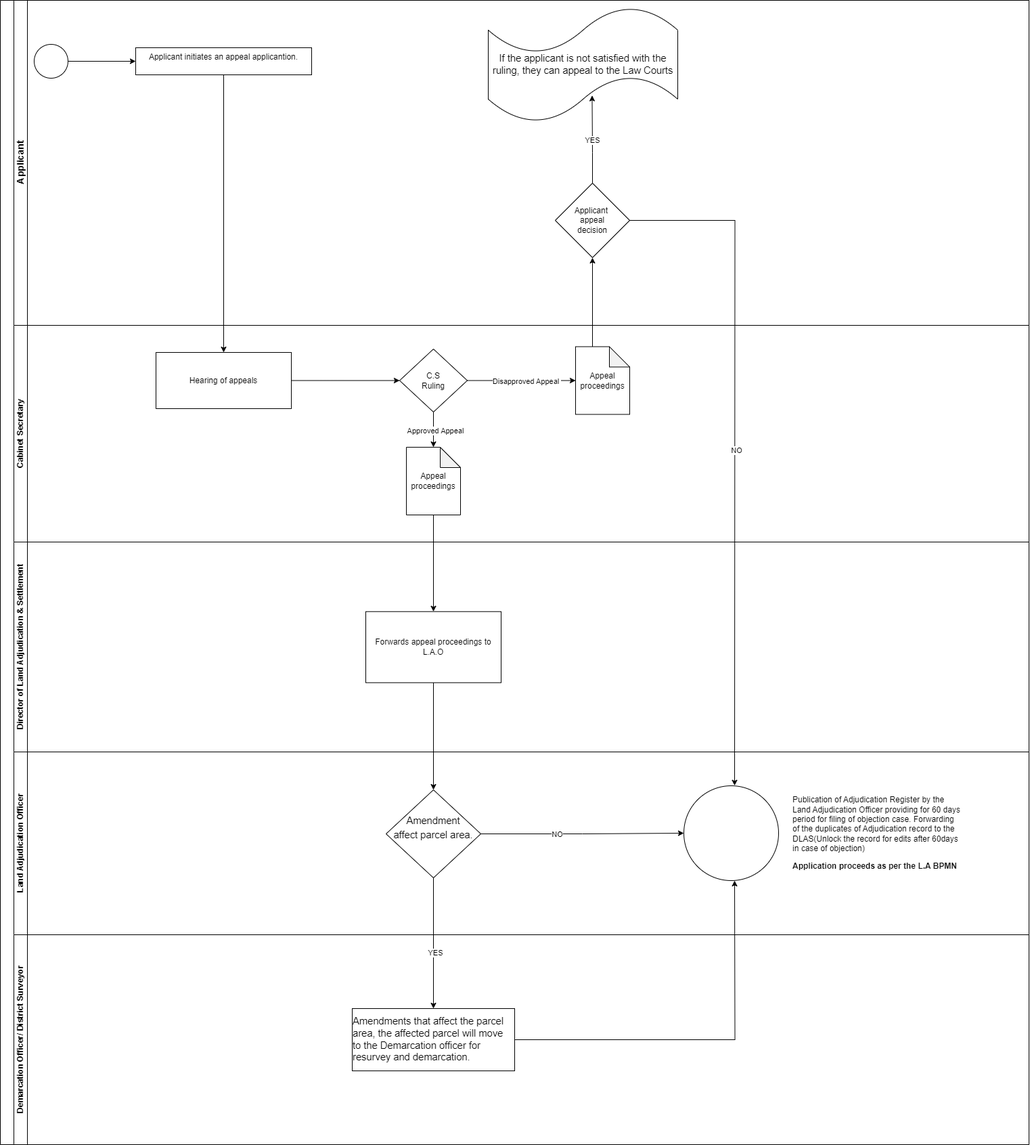
Above: Land Adjudication Appeal to the C.S.drawio.png in geoprojectke/BPMN (draw.io), before the change. Source tidied: cells renumbered, new cells last; positions are measured from the earlier drawing's top-left corner, leaving out a move shared by most shapes.
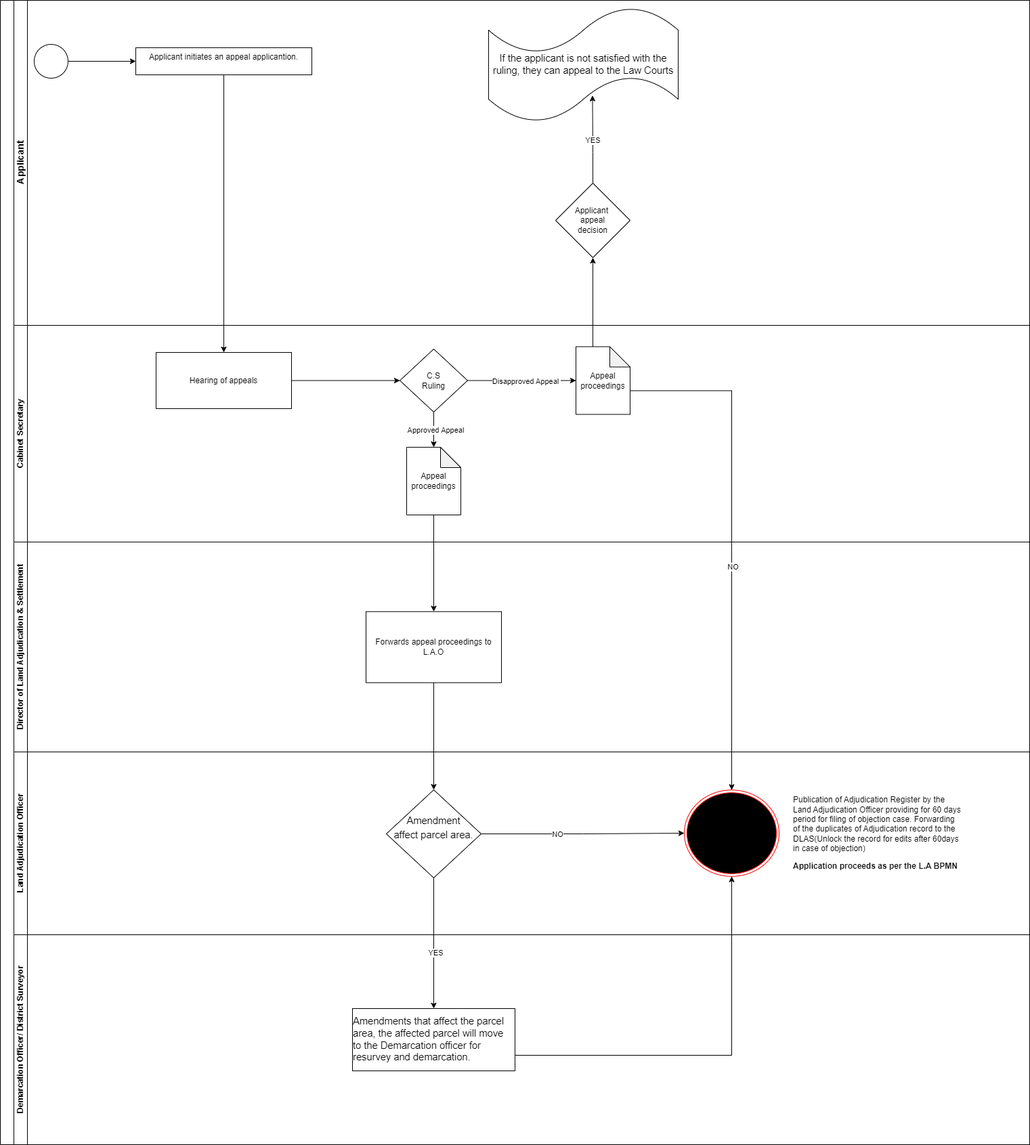
Above is the later version.

Diff of the diagram source:
```diff
@@ -76,8 +76,10 @@
     <mxCell id="25" value="Rejects" style="edgeLabel;html=1;align=center;verticalAlign=middle;" parent="24" vertex="1">
       <mxGeometry x="-0.29" y="-3" relative="1" as="geometry" />
     </mxCell>
-    <mxCell id="26" style="edgeStyle=orthogonalEdgeStyle;rounded=0;jettySize=auto;html=1;exitX=1;exitY=0.5;exitDx=0;exitDy=0;entryX=0;entryY=0.5;entryDx=0;entryDy=0;" parent="23" edge="1" source="28" target="29">
-      <mxGeometry relative="1" as="geometry" />
+    <mxCell id="26" style="edgeStyle=orthogonalEdgeStyle;rounded=0;jettySize=auto;html=1;exitX=1;exitY=0.5;exitDx=0;exitDy=0;entryX=0;entryY=0.5;entryDx=0;entryDy=0;" parent="23" edge="1" source="28">
+      <mxGeometry relative="1" as="geometry">
+        <mxPoint x="990" y="120" as="targetPoint" />
+      </mxGeometry>
     </mxCell>
     <mxCell id="27" value="NO" style="edgeLabel;html=1;align=center;verticalAlign=middle;" parent="26" vertex="1">
       <mxGeometry x="-0.26" relative="1" as="geometry" />
@@ -85,26 +87,18 @@
     <mxCell id="28" value="&lt;p style=&quot;line-height: 1.38; margin-top: 0pt; margin-bottom: 0pt;&quot; dir=&quot;ltr&quot;&gt;&lt;span style=&quot;font-size: 11pt; font-family: Arial, sans-serif; background-color: transparent; font-variant-numeric: normal; font-variant-east-asian: normal; font-variant-alternates: normal; font-variant-position: normal; vertical-align: baseline; white-space-collapse: preserve;&quot;&gt;Amendment&lt;/span&gt;&lt;/p&gt;&lt;p style=&quot;line-height: 1.38; margin-top: 0pt; margin-bottom: 0pt;&quot; dir=&quot;ltr&quot;&gt;&lt;span style=&quot;font-size: 11pt; font-family: Arial, sans-serif; background-color: transparent; font-variant-numeric: normal; font-variant-east-asian: normal; font-variant-alternates: normal; font-variant-position: normal; vertical-align: baseline; white-space-collapse: preserve;&quot;&gt;affect parcel area.&lt;/span&gt;&lt;/p&gt;&lt;div&gt;&lt;span style=&quot;font-size: 11pt; font-family: Arial, sans-serif; background-color: transparent; font-variant-numeric: normal; font-variant-east-asian: normal; font-variant-alternates: normal; font-variant-position: normal; vertical-align: baseline; white-space-collapse: preserve;&quot;&gt;&lt;br&gt;&lt;/span&gt;&lt;/div&gt;" style="rhombus;whiteSpace=wrap;html=1;" parent="23" vertex="1">
       <mxGeometry x="550" y="56" width="140" height="130" as="geometry" />
     </mxCell>
-    <mxCell id="29" style="ellipse;whiteSpace=wrap;html=1;" parent="23" vertex="1">
-      <mxGeometry x="990" y="50" width="140" height="140" as="geometry" />
-    </mxCell>
     <mxCell id="30" value="&lt;p style=&quot;text-align: left;&quot; class=&quot;MsoNormal&quot;&gt;&lt;span lang=&quot;EN-GB&quot;&gt;Publication of Adjudication Register by the Land Adjudication Officer providing for 60 days period for filing of objection case. Forwarding of the duplicates of Adjudication record to the DLAS(Unlock the record for edits after 60days in case of objection)&lt;/span&gt;&lt;/p&gt;&lt;p style=&quot;text-align: left;&quot; class=&quot;MsoNormal&quot;&gt;&lt;span lang=&quot;EN-GB&quot;&gt;&lt;b&gt;Application proceeds as per the L.A BPMN&lt;/b&gt;&lt;/span&gt;&lt;/p&gt;" style="whiteSpace=wrap;html=1;strokeColor=none;" parent="23" vertex="1">
       <mxGeometry x="1150" y="50" width="250" height="140" as="geometry" />
     </mxCell>
+    <mxCell id="42" style="ellipse;html=1;shape=endState;fillColor=#000000;strokeColor=#ff0000;" parent="23" vertex="1">
+      <mxGeometry x="990" y="56.2" width="140" height="127.5" as="geometry" />
+    </mxCell>
     <mxCell id="31" style="edgeStyle=orthogonalEdgeStyle;rounded=0;jettySize=auto;html=1;exitX=0.5;exitY=1;exitDx=0;exitDy=0;" parent="2" edge="1" source="6" target="13">
       <mxGeometry relative="1" as="geometry" />
     </mxCell>
     <mxCell id="32" style="edgeStyle=orthogonalEdgeStyle;rounded=0;jettySize=auto;html=1;exitX=0;exitY=0;exitDx=25;exitDy=0;exitPerimeter=0;entryX=0.5;entryY=1;entryDx=0;entryDy=0;" parent="2" edge="1" source="15" target="8">
       <mxGeometry relative="1" as="geometry" />
     </mxCell>
-    <mxCell id="33" style="edgeStyle=orthogonalEdgeStyle;rounded=0;jettySize=auto;html=1;exitX=1;exitY=0.5;exitDx=0;exitDy=0;entryX=0.5;entryY=0;entryDx=0;entryDy=0;" parent="2" edge="1" source="8">
-      <mxGeometry relative="1" as="geometry">
-        <mxPoint x="1085" y="1159.8" as="targetPoint" />
-      </mxGeometry>
-    </mxCell>
-    <mxCell id="34" value="NO" style="edgeLabel;html=1;align=center;verticalAlign=middle;" parent="33" vertex="1">
-      <mxGeometry y="2" relative="1" as="geometry" />
-    </mxCell>
     <mxCell id="35" value="Demarcation Officer/ District Surveyor" style="swimlane;html=1;startSize=20;horizontal=0;" parent="2" vertex="1">
       <mxGeometry x="20" y="1380" width="1500" height="310" as="geometry" />
     </mxCell>
@@ -123,10 +117,14 @@
     <mxCell id="40" value="YES" style="edgeLabel;html=1;align=center;verticalAlign=middle;" parent="39" vertex="1">
       <mxGeometry x="0.14" y="2" relative="1" as="geometry" />
     </mxCell>
-    <mxCell id="41" style="edgeStyle=orthogonalEdgeStyle;rounded=0;jettySize=auto;html=1;exitX=1;exitY=0.5;exitDx=0;exitDy=0;entryX=0.5;entryY=1;entryDx=0;entryDy=0;" parent="2" edge="1" source="36">
-      <mxGeometry relative="1" as="geometry">
-        <mxPoint x="1085" y="1300" as="targetPoint" />
-      </mxGeometry>
-    </mxCell>
+    <mxCell id="43" style="edgeStyle=orthogonalEdgeStyle;rounded=0;jettySize=auto;html=1;exitX=1;exitY=0.75;exitDx=0;exitDy=0;entryX=0.5;entryY=1;entryDx=0;entryDy=0;" parent="2" edge="1" source="36" target="42">
+      <mxGeometry relative="1" as="geometry" />
+    </mxCell>
+    <mxCell id="44" style="edgeStyle=orthogonalEdgeStyle;rounded=0;jettySize=auto;html=1;exitX=0;exitY=0;exitDx=80;exitDy=65;exitPerimeter=0;entryX=0.5;entryY=0;entryDx=0;entryDy=0;" parent="2" edge="1" source="15" target="42">
+      <mxGeometry relative="1" as="geometry" />
+    </mxCell>
+    <mxCell id="34" value="NO" style="edgeLabel;html=1;align=center;verticalAlign=middle;" parent="44" vertex="1">
+      <mxGeometry x="0.11" y="1" relative="1" as="geometry" />
+    </mxCell>
   </root>
 </mxGraphModel>
```
